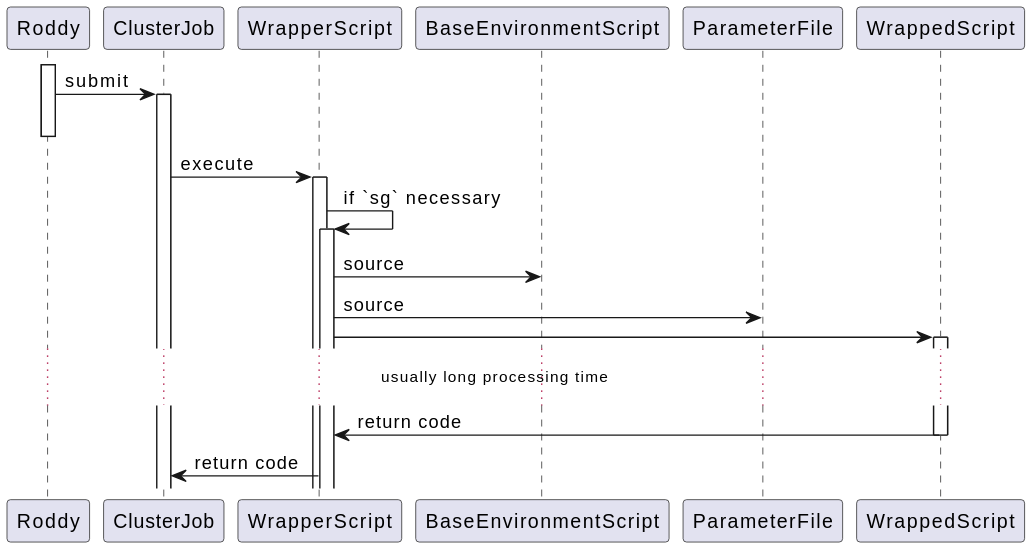
The PlantUML diagram images/sequence.svg in TheRoddyWMS/Roddy-Default-Plugin, before a commit.
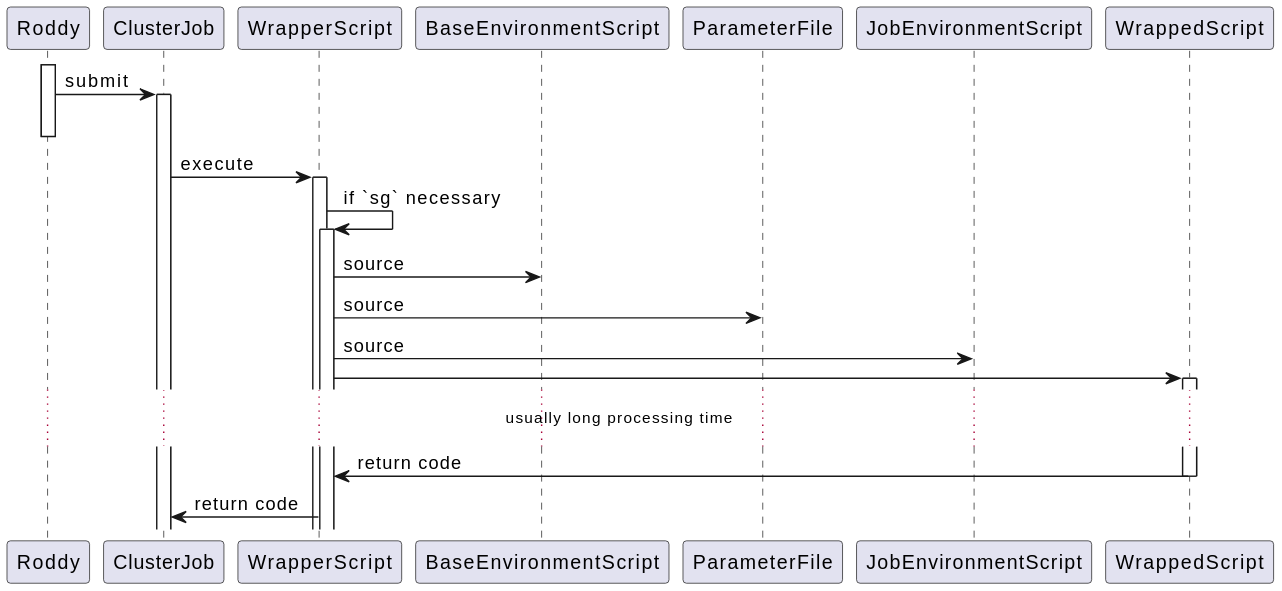
The same diagram one commit later.

Commit message:
Update sequence diagram.

What changed in the source:
```diff
@@ -15,6 +15,8 @@
 
 WrapperScript -> ParameterFile : source
 
+WrapperScript -> JobEnvironmentScript : source
+
 WrapperScript -> WrappedScript
 activate WrappedScript
 
```
